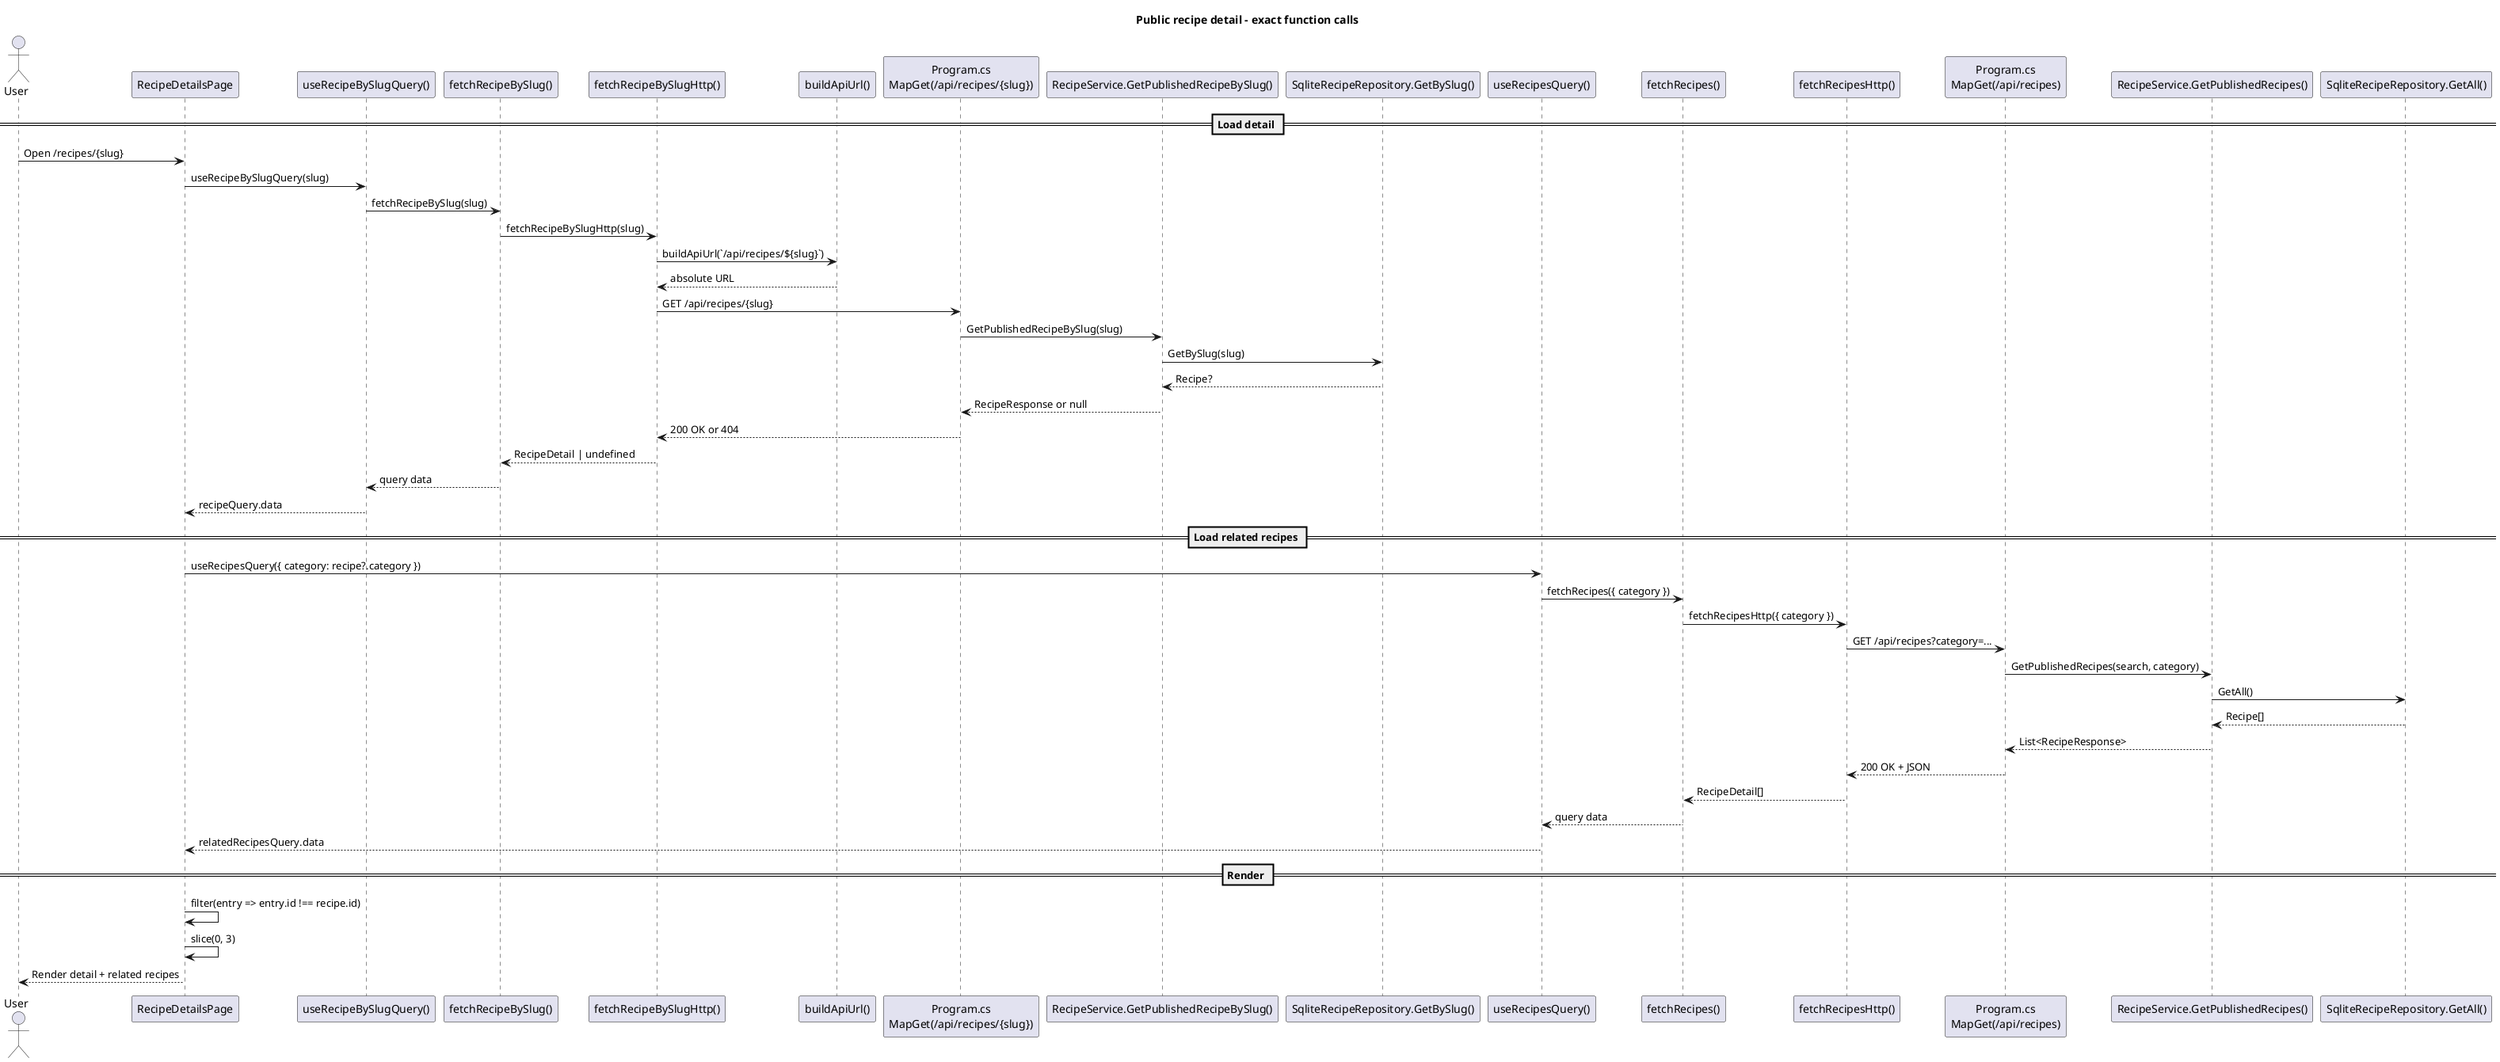
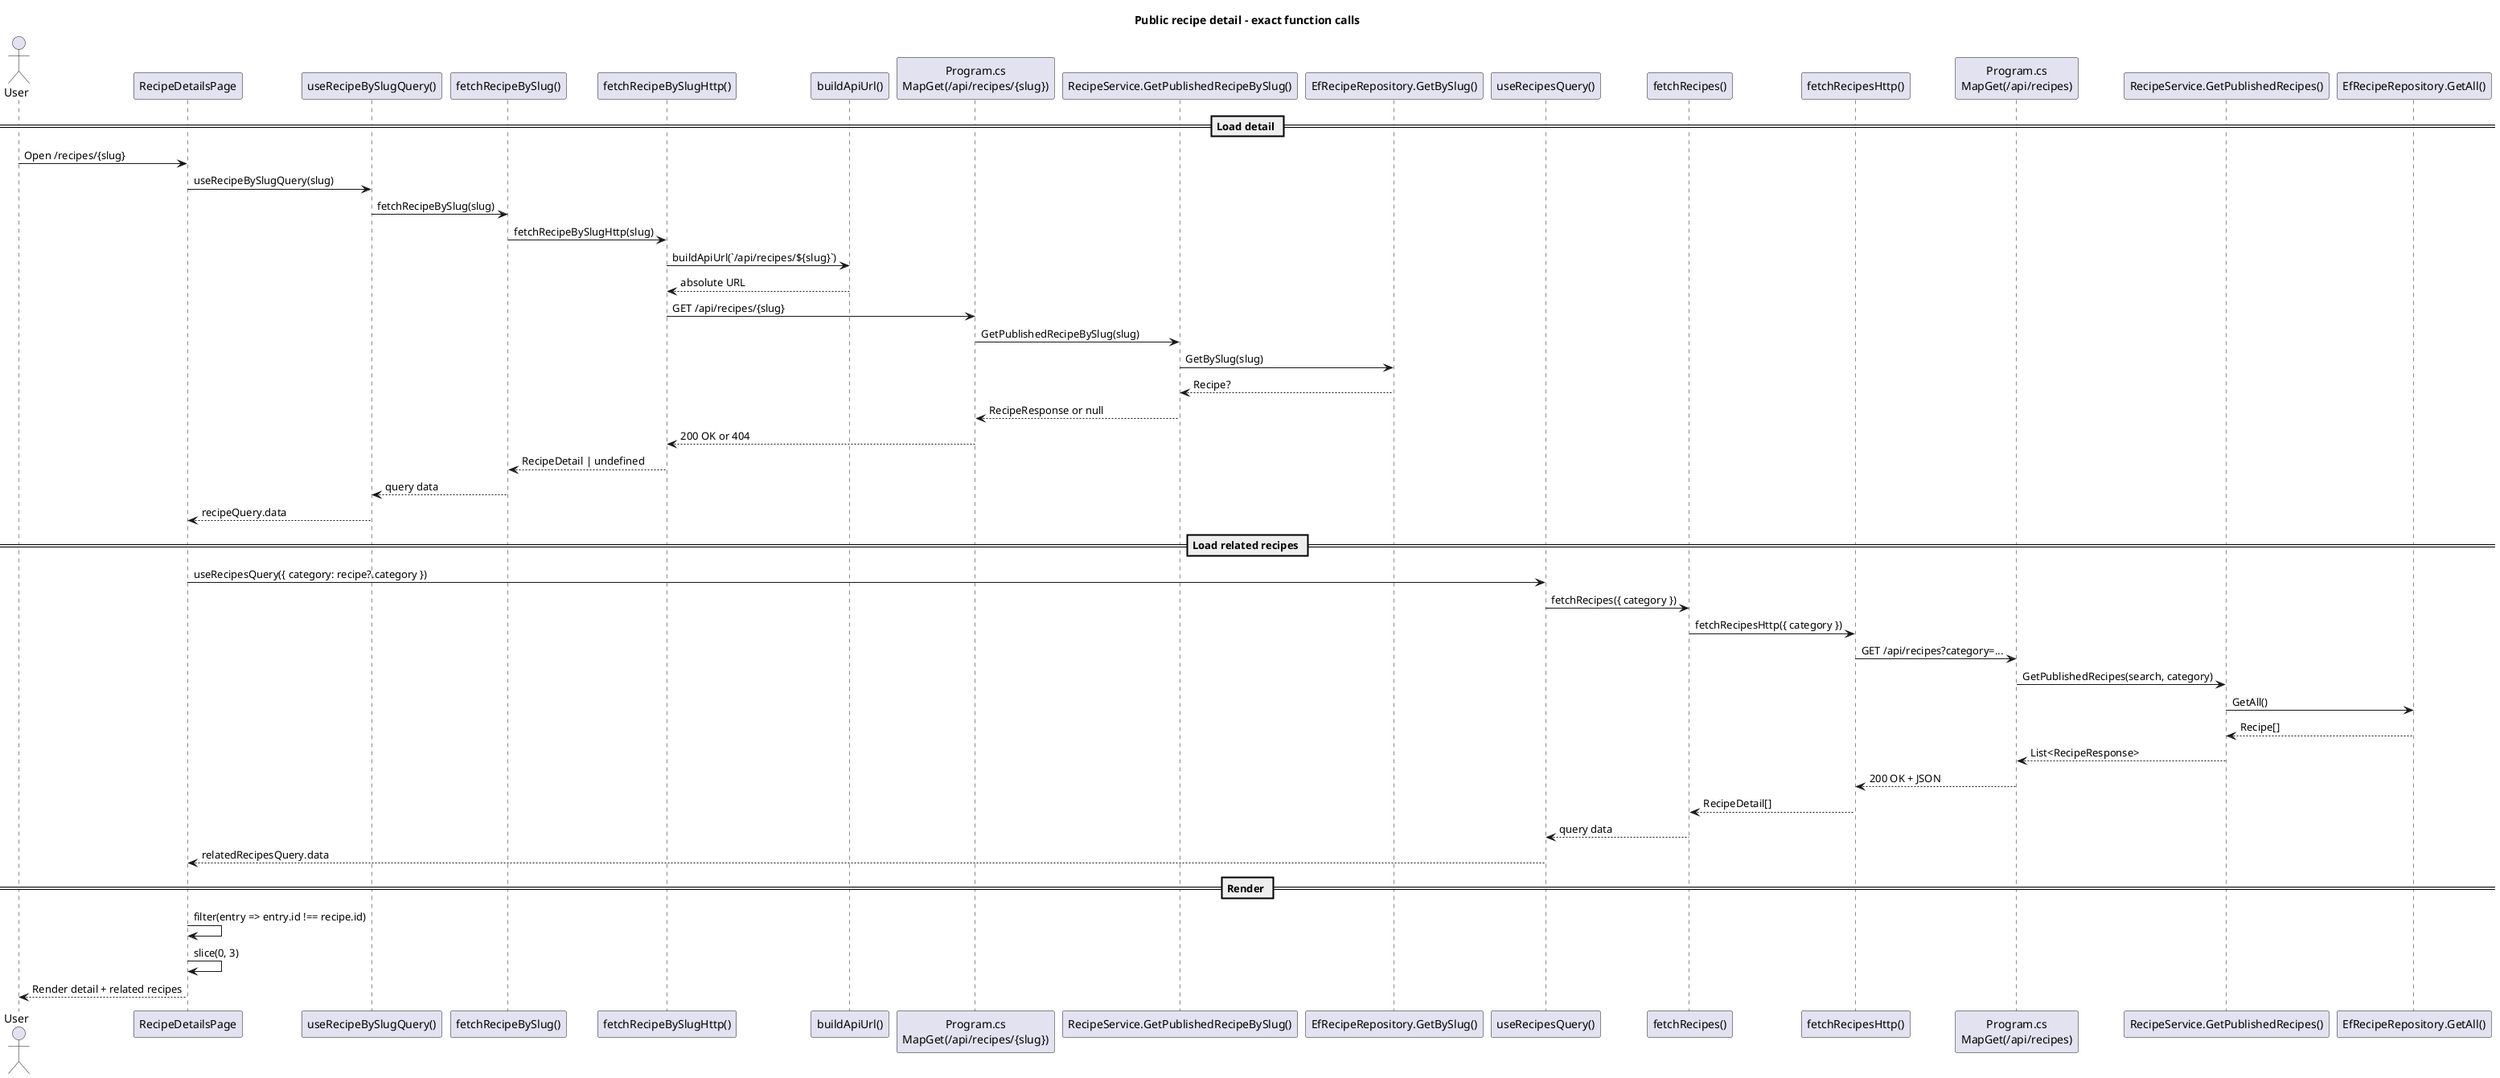
@startuml
title Public recipe detail - exact function calls

actor User
participant "RecipeDetailsPage" as DetailsPage
participant "useRecipeBySlugQuery()" as UseBySlug
participant "fetchRecipeBySlug()" as FetchBySlug
participant "fetchRecipeBySlugHttp()" as FetchBySlugHttp
participant "buildApiUrl()" as BuildApiUrl
participant "Program.cs\nMapGet(/api/recipes/{slug})" as DetailEndpoint
participant "RecipeService.GetPublishedRecipeBySlug()" as GetPublishedBySlug
- participant "SqliteRecipeRepository.GetBySlug()" as RepoGetBySlug
+ participant "EfRecipeRepository.GetBySlug()" as RepoGetBySlug

participant "useRecipesQuery()" as UseRelatedRecipes
participant "fetchRecipes()" as FetchRecipes
participant "fetchRecipesHttp()" as FetchRecipesHttp
participant "Program.cs\nMapGet(/api/recipes)" as ListEndpoint
participant "RecipeService.GetPublishedRecipes()" as GetPublishedRecipes
- participant "SqliteRecipeRepository.GetAll()" as RepoGetAll
+ participant "EfRecipeRepository.GetAll()" as RepoGetAll

== Load detail ==
User -> DetailsPage : Open /recipes/{slug}
DetailsPage -> UseBySlug : useRecipeBySlugQuery(slug)
UseBySlug -> FetchBySlug : fetchRecipeBySlug(slug)
FetchBySlug -> FetchBySlugHttp : fetchRecipeBySlugHttp(slug)
FetchBySlugHttp -> BuildApiUrl : buildApiUrl(`/api/recipes/${slug}`)
BuildApiUrl --> FetchBySlugHttp : absolute URL
FetchBySlugHttp -> DetailEndpoint : GET /api/recipes/{slug}
DetailEndpoint -> GetPublishedBySlug : GetPublishedRecipeBySlug(slug)
GetPublishedBySlug -> RepoGetBySlug : GetBySlug(slug)
RepoGetBySlug --> GetPublishedBySlug : Recipe?
GetPublishedBySlug --> DetailEndpoint : RecipeResponse or null
DetailEndpoint --> FetchBySlugHttp : 200 OK or 404
FetchBySlugHttp --> FetchBySlug : RecipeDetail | undefined
FetchBySlug --> UseBySlug : query data
UseBySlug --> DetailsPage : recipeQuery.data

== Load related recipes ==
DetailsPage -> UseRelatedRecipes : useRecipesQuery({ category: recipe?.category })
UseRelatedRecipes -> FetchRecipes : fetchRecipes({ category })
FetchRecipes -> FetchRecipesHttp : fetchRecipesHttp({ category })
FetchRecipesHttp -> ListEndpoint : GET /api/recipes?category=...
ListEndpoint -> GetPublishedRecipes : GetPublishedRecipes(search, category)
GetPublishedRecipes -> RepoGetAll : GetAll()
RepoGetAll --> GetPublishedRecipes : Recipe[]
GetPublishedRecipes --> ListEndpoint : List<RecipeResponse>
ListEndpoint --> FetchRecipesHttp : 200 OK + JSON
FetchRecipesHttp --> FetchRecipes : RecipeDetail[]
FetchRecipes --> UseRelatedRecipes : query data
UseRelatedRecipes --> DetailsPage : relatedRecipesQuery.data

== Render ==
DetailsPage -> DetailsPage : filter(entry => entry.id !== recipe.id)
DetailsPage -> DetailsPage : slice(0, 3)
DetailsPage --> User : Render detail + related recipes

@enduml
